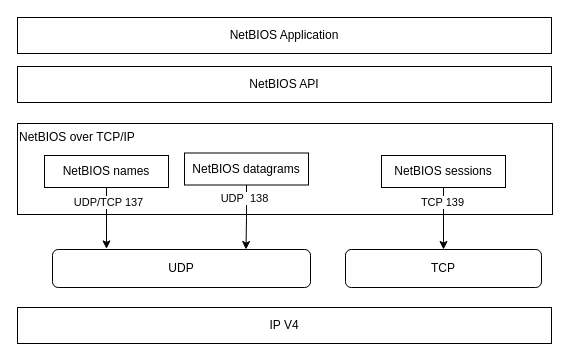
Guardian-JTZ/diagrams keeps this draw.io diagram as 内网/NetBIOS/NetBIOS.drawio. Above is the earlier version. Source tidied: cells renumbered, new cells numbered last; positions are measured from the earlier drawing's top-left corner, leaving out a move shared by most shapes. Both pictures are drawn from the tidied source at 100%, with x=0, y=0 at pixel (17, 17).
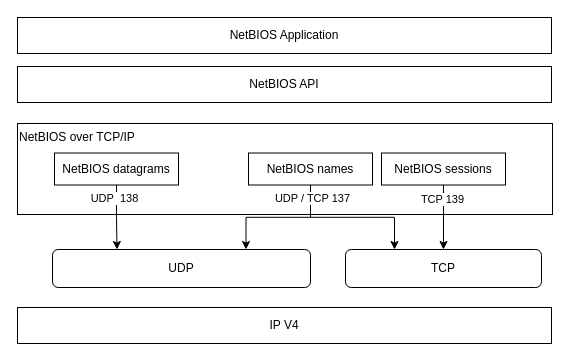
Above is the later version.

Change to the diagram source:
```diff
@@
 <mxGraphModel>
   <root>
     <mxCell id="0" />
     <mxCell id="1" parent="0" />
     <mxCell id="2" value="NetBIOS Application" style="rounded=0;whiteSpace=wrap;html=1;" parent="1" vertex="1">
       <mxGeometry width="534" height="36" as="geometry" />
     </mxCell>
     <mxCell id="3" value="NetBIOS API" style="rounded=0;whiteSpace=wrap;html=1;" parent="1" vertex="1">
       <mxGeometry y="49" width="534" height="36" as="geometry" />
     </mxCell>
     <mxCell id="4" value="NetBIOS over TCP/IP" style="rounded=0;whiteSpace=wrap;html=1;align=left;verticalAlign=top;" parent="1" vertex="1">
       <mxGeometry y="106" width="535" height="91" as="geometry" />
     </mxCell>
     <mxCell id="5" value="UDP" style="rounded=1;whiteSpace=wrap;html=1;" parent="1" vertex="1">
       <mxGeometry x="35" y="232" width="258" height="38" as="geometry" />
     </mxCell>
-    <mxCell id="6" style="edgeStyle=orthogonalEdgeStyle;rounded=0;jettySize=auto;html=1;" parent="1" edge="1" source="8">
-      <mxGeometry relative="1" as="geometry">
-        <mxPoint x="89" y="231.4" as="targetPoint" />
-      </mxGeometry>
+    <mxCell id="6" style="edgeStyle=orthogonalEdgeStyle;rounded=0;jettySize=auto;html=1;entryX=0.75;entryY=0;entryDx=0;entryDy=0;" parent="1" edge="1" source="8" target="5">
+      <mxGeometry relative="1" as="geometry" />
     </mxCell>
-    <mxCell id="7" value="UDP/TCP 137" style="edgeLabel;html=1;align=center;verticalAlign=middle;" parent="6" vertex="1">
-      <mxGeometry x="-0.56" y="1" relative="1" as="geometry" />
-    </mxCell>
+    <mxCell id="17" style="edgeStyle=orthogonalEdgeStyle;rounded=0;jettySize=auto;html=1;entryX=0.25;entryY=0;entryDx=0;entryDy=0;" parent="1" edge="1" source="8" target="12">
+      <mxGeometry relative="1" as="geometry" />
+    </mxCell>
+    <mxCell id="18" value="UDP / TCP 137" style="edgeLabel;html=1;align=center;verticalAlign=middle;" parent="17" vertex="1">
+      <mxGeometry x="-0.83" y="1" relative="1" as="geometry" />
+    </mxCell>
     <mxCell id="8" value="NetBIOS names" style="rounded=0;whiteSpace=wrap;html=1;" parent="1" vertex="1">
-      <mxGeometry x="27" y="138" width="124" height="32" as="geometry" />
+      <mxGeometry x="231" y="135.5" width="124" height="32" as="geometry" />
     </mxCell>
-    <mxCell id="9" style="edgeStyle=orthogonalEdgeStyle;rounded=0;jettySize=auto;html=1;entryX=0.75;entryY=0;entryDx=0;entryDy=0;" parent="1" edge="1" source="11" target="5">
+    <mxCell id="9" style="edgeStyle=orthogonalEdgeStyle;rounded=0;jettySize=auto;html=1;entryX=0.25;entryY=0;entryDx=0;entryDy=0;" parent="1" edge="1" source="11" target="5">
       <mxGeometry relative="1" as="geometry" />
     </mxCell>
     <mxCell id="10" value="UDP&amp;nbsp; 138" style="edgeLabel;html=1;align=center;verticalAlign=middle;" parent="9" vertex="1">
       <mxGeometry x="-0.6" y="-3" relative="1" as="geometry" />
     </mxCell>
     <mxCell id="11" value="NetBIOS datagrams" style="rounded=0;whiteSpace=wrap;html=1;" parent="1" vertex="1">
-      <mxGeometry x="167" y="135.5" width="124" height="32" as="geometry" />
+      <mxGeometry x="37" y="135.5" width="124" height="32" as="geometry" />
     </mxCell>
     <mxCell id="12" value="TCP" style="rounded=1;whiteSpace=wrap;html=1;" parent="1" vertex="1">
       <mxGeometry x="328" y="232" width="196" height="38" as="geometry" />
     </mxCell>
     <mxCell id="13" style="edgeStyle=orthogonalEdgeStyle;rounded=0;jettySize=auto;html=1;" parent="1" edge="1" source="15" target="12">
       <mxGeometry relative="1" as="geometry" />
     </mxCell>
     <mxCell id="14" value="TCP 139" style="edgeLabel;html=1;align=center;verticalAlign=middle;" parent="13" vertex="1">
       <mxGeometry x="-0.56" y="-2" relative="1" as="geometry" />
     </mxCell>
     <mxCell id="15" value="NetBIOS sessions" style="rounded=0;whiteSpace=wrap;html=1;" parent="1" vertex="1">
-      <mxGeometry x="364" y="138" width="124" height="32" as="geometry" />
+      <mxGeometry x="364" y="135.5" width="124" height="32" as="geometry" />
     </mxCell>
     <mxCell id="16" value="IP V4" style="rounded=0;whiteSpace=wrap;html=1;" parent="1" vertex="1">
       <mxGeometry y="290" width="534" height="36" as="geometry" />
     </mxCell>
   </root>
 </mxGraphModel>
```
